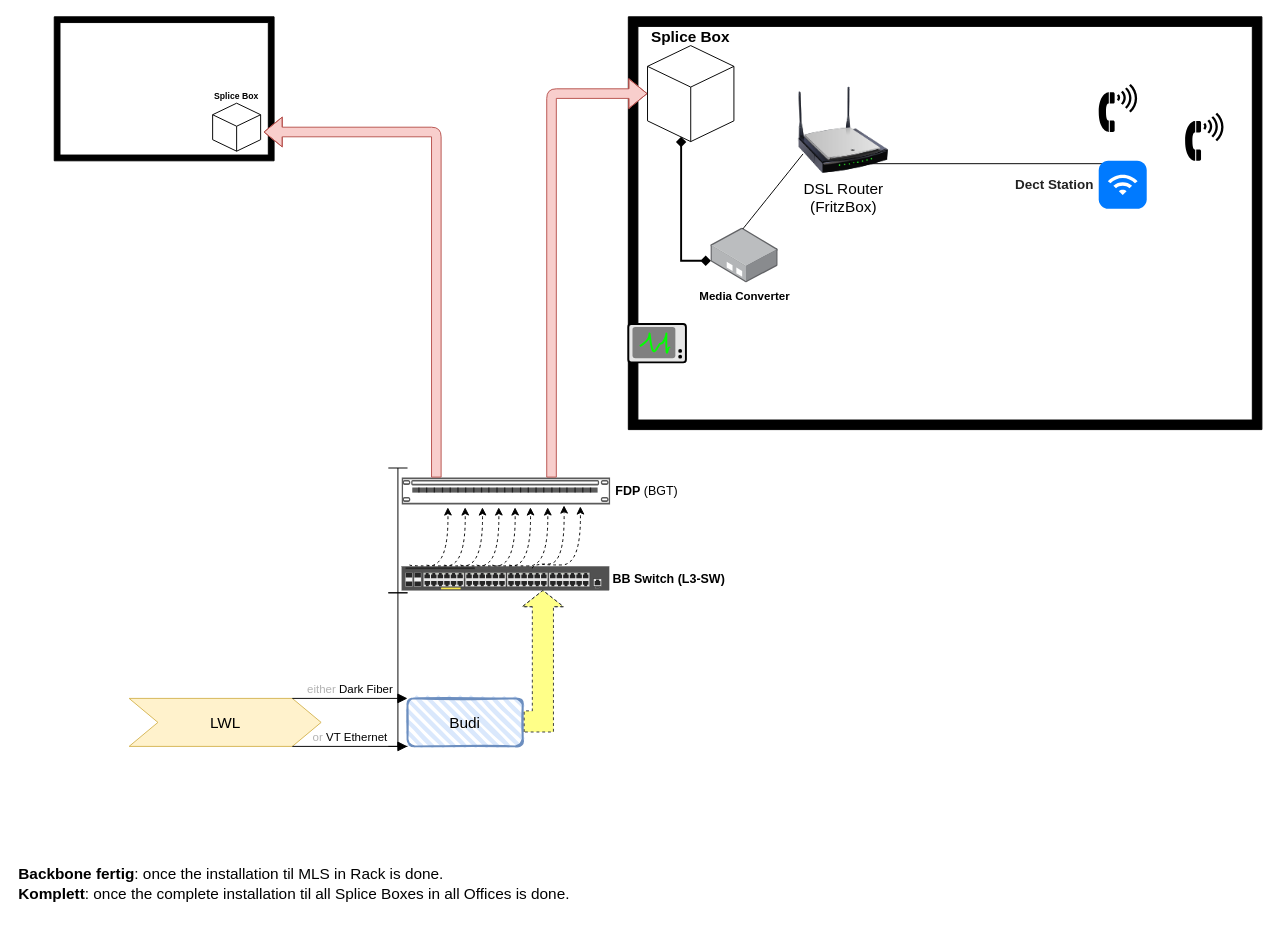
The draw.io diagram Optical Fiber connection - Office Side/main OF.drawio in payam-avarwand/Network_Diagrams, before the edit. Source tidied: cells renumbered, new cells numbered last; positions are measured from the earlier drawing's top-left corner, leaving out a move shared by most shapes. Both pictures are drawn from the tidied source at 96%, with x=0, y=0 at pixel (16, 16).
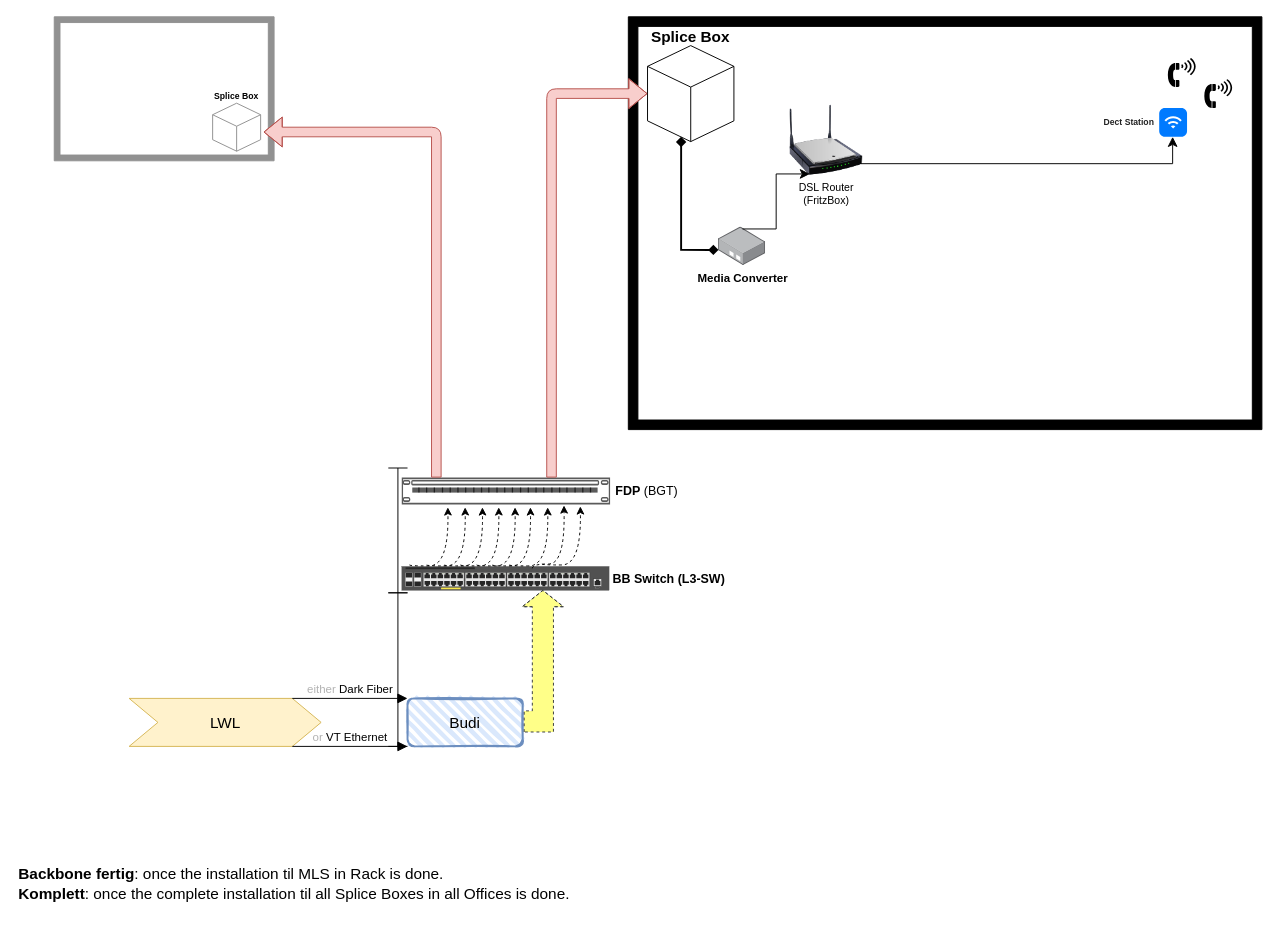
The same page after the edit.

Change to the diagram source:
```diff
@@
     <mxCell id="2" value="&lt;b&gt;Media Converter&lt;/b&gt;" style="image;points=[];html=1;align=center;shadow=0;dashed=0;image=img/lib/allied_telesis/media_converters/Media_Converter_Standalone.svg;imageBackground=none;fillStyle=auto;imageBorder=none;verticalAlign=top;" parent="1" vertex="1">
-      <mxGeometry x="723" y="220" width="70.1" height="57.2" as="geometry" />
+      <mxGeometry x="731" y="219" width="49" height="40" as="geometry" />
     </mxCell>
@@
-    <mxCell id="26" style="verticalLabelPosition=bottom;html=1;verticalAlign=top;align=center;shape=mxgraph.floorplan.room;fillColor=strokeColor;fontSize=16;strokeWidth=1;shadow=0;wallThickness=6;" parent="1" vertex="1">
+    <mxCell id="26" style="verticalLabelPosition=bottom;html=1;verticalAlign=top;align=center;shape=mxgraph.floorplan.room;fillColor=strokeColor;fontSize=16;strokeWidth=1;shadow=0;wallThickness=6;strokeColor=#919191;" parent="1" vertex="1">
       <mxGeometry x="39" width="229" height="150" as="geometry" />
     </mxCell>
-    <mxCell id="27" value="&lt;b style=&quot;font-size: 9px;&quot;&gt;&lt;font style=&quot;font-size: 9px;&quot;&gt;Splice Box&lt;/font&gt;&lt;/b&gt;" style="html=1;whiteSpace=wrap;shape=isoCube2;backgroundOutline=1;isoAngle=15;fontSize=9;labelPosition=center;verticalLabelPosition=top;align=center;verticalAlign=bottom;spacing=1;" parent="1" vertex="1">
+    <mxCell id="27" value="&lt;b style=&quot;font-size: 9px;&quot;&gt;&lt;font style=&quot;font-size: 9px;&quot;&gt;Splice Box&lt;/font&gt;&lt;/b&gt;" style="html=1;whiteSpace=wrap;shape=isoCube2;backgroundOutline=1;isoAngle=15;fontSize=9;labelPosition=center;verticalLabelPosition=top;align=center;verticalAlign=bottom;spacing=1;strokeColor=#919191;" parent="1" vertex="1">
       <mxGeometry x="204" y="90" width="50" height="50" as="geometry" />
     </mxCell>
@@
-    <mxCell id="30" value="&lt;div&gt;DSL Router&lt;/div&gt;&lt;div&gt;(FritzBox)&lt;br&gt;&lt;/div&gt;" style="image;html=1;image=img/lib/clip_art/networking/Wireless_Router_N_128x128.png;fontSize=16;" parent="1" vertex="1">
-      <mxGeometry x="806" y="73" width="110" height="90" as="geometry" />
+    <mxCell id="30" value="&lt;div style=&quot;font-size: 11px;&quot;&gt;&lt;font style=&quot;font-size: 11px;&quot;&gt;DSL Router&lt;/font&gt;&lt;/div&gt;&lt;div style=&quot;font-size: 11px;&quot;&gt;&lt;font style=&quot;font-size: 11px;&quot;&gt;(FritzBox)&lt;font style=&quot;font-size: 11px;&quot;&gt;&lt;br&gt;&lt;/font&gt;&lt;/font&gt;&lt;/div&gt;" style="image;html=1;image=img/lib/clip_art/networking/Wireless_Router_N_128x128.png;fontSize=16;" parent="1" vertex="1">
+      <mxGeometry x="798" y="92" width="90" height="73" as="geometry" />
     </mxCell>
-    <mxCell id="31" style="endArrow=none;html=1;rounded=0;fontSize=12;startSize=8;endSize=8;curved=1;entryX=0.091;entryY=0.698;entryDx=0;entryDy=0;entryPerimeter=0;exitX=0.475;exitY=0.017;exitDx=0;exitDy=0;exitPerimeter=0;" parent="1" edge="1" source="2">
-      <mxGeometry relative="1" as="geometry">
-        <mxPoint x="819" y="142.8" as="targetPoint" />
-      </mxGeometry>
-    </mxCell>
-    <mxCell id="32" style="html=1;strokeWidth=2;dashed=0;align=center;fontSize=8;verticalLabelPosition=bottom;verticalAlign=top;shape=mxgraph.eip.control_bus;fillColor=#c0f5a9;" parent="1" vertex="1">
-      <mxGeometry x="637" y="320" width="60" height="40" as="geometry" />
-    </mxCell>
     <mxCell id="33" style="shape=mxgraph.signs.tech.telephone_4;html=1;fillColor=#000000;strokeColor=none;verticalLabelPosition=bottom;verticalAlign=top;align=center;fontSize=16;" parent="1" vertex="1">
-      <mxGeometry x="1217" y="100" width="40" height="50" as="geometry" />
+      <mxGeometry x="1237" y="65" width="29" height="30" as="geometry" />
     </mxCell>
     <mxCell id="34" style="shape=mxgraph.signs.tech.telephone_4;html=1;fillColor=#000000;strokeColor=none;verticalLabelPosition=bottom;verticalAlign=top;align=center;fontSize=16;" parent="1" vertex="1">
-      <mxGeometry x="1127" y="70" width="40" height="50" as="geometry" />
+      <mxGeometry x="1199" y="43" width="29" height="30" as="geometry" />
     </mxCell>
-    <mxCell id="35" style="edgeStyle=segmentEdgeStyle;endArrow=classic;html=1;curved=0;rounded=0;endSize=8;startSize=8;fontSize=12;entryX=0.46;entryY=1;entryDx=0;entryDy=0;entryPerimeter=0;exitX=0.364;exitY=0.889;exitDx=0;exitDy=0;exitPerimeter=0;" parent="1" edge="1">
+    <mxCell id="35" style="edgeStyle=segmentEdgeStyle;endArrow=classic;html=1;curved=0;rounded=0;endSize=8;startSize=8;fontSize=12;exitX=0.364;exitY=0.889;exitDx=0;exitDy=0;exitPerimeter=0;" parent="1" edge="1" target="36">
       <mxGeometry relative="1" as="geometry">
-        <mxPoint x="868" y="150" as="sourcePoint" />
-        <mxPoint x="1171" y="190" as="targetPoint" />
+        <mxPoint x="879" y="150" as="sourcePoint" />
         <Array as="points">
-          <mxPoint x="868" y="153" />
-          <mxPoint x="1155" y="153" />
-          <mxPoint x="1155" y="190" />
+          <mxPoint x="879" y="153" />
+          <mxPoint x="1204" y="153" />
         </Array>
       </mxGeometry>
     </mxCell>
-    <mxCell id="36" value="&lt;font style=&quot;font-size: 14px;&quot;&gt;&lt;b&gt;Dect Station&lt;/b&gt;&lt;br&gt;&lt;/font&gt;" style="html=1;strokeWidth=1;shadow=0;dashed=0;shape=mxgraph.ios7.misc.wifi;fillColor=#007AFF;strokeColor=none;buttonText=;strokeColor2=#222222;fontColor=#222222;fontSize=8;verticalLabelPosition=middle;verticalAlign=middle;align=right;sketch=0;labelPosition=left;spacing=6;" parent="1" vertex="1">
-      <mxGeometry x="1127" y="150" width="50" height="50" as="geometry" />
+    <mxCell id="36" value="&lt;font style=&quot;font-size: 9px;&quot;&gt;&lt;b&gt;Dect Station&lt;/b&gt;&lt;br&gt;&lt;/font&gt;" style="html=1;strokeWidth=1;shadow=0;dashed=0;shape=mxgraph.ios7.misc.wifi;fillColor=#007AFF;strokeColor=none;buttonText=;strokeColor2=#222222;fontColor=#222222;fontSize=8;verticalLabelPosition=middle;verticalAlign=middle;align=right;sketch=0;labelPosition=left;spacing=6;" parent="1" vertex="1">
+      <mxGeometry x="1190" y="95" width="29" height="30" as="geometry" />
     </mxCell>
+    <mxCell id="37" style="edgeStyle=elbowEdgeStyle;elbow=horizontal;endArrow=classic;html=1;curved=0;rounded=0;endSize=8;startSize=8;fontSize=12;entryX=0.313;entryY=0.982;entryDx=0;entryDy=0;entryPerimeter=0;" parent="1" edge="1" target="30">
+      <mxGeometry relative="1" as="geometry">
+        <mxPoint x="756" y="221" as="sourcePoint" />
+      </mxGeometry>
+    </mxCell>
```
